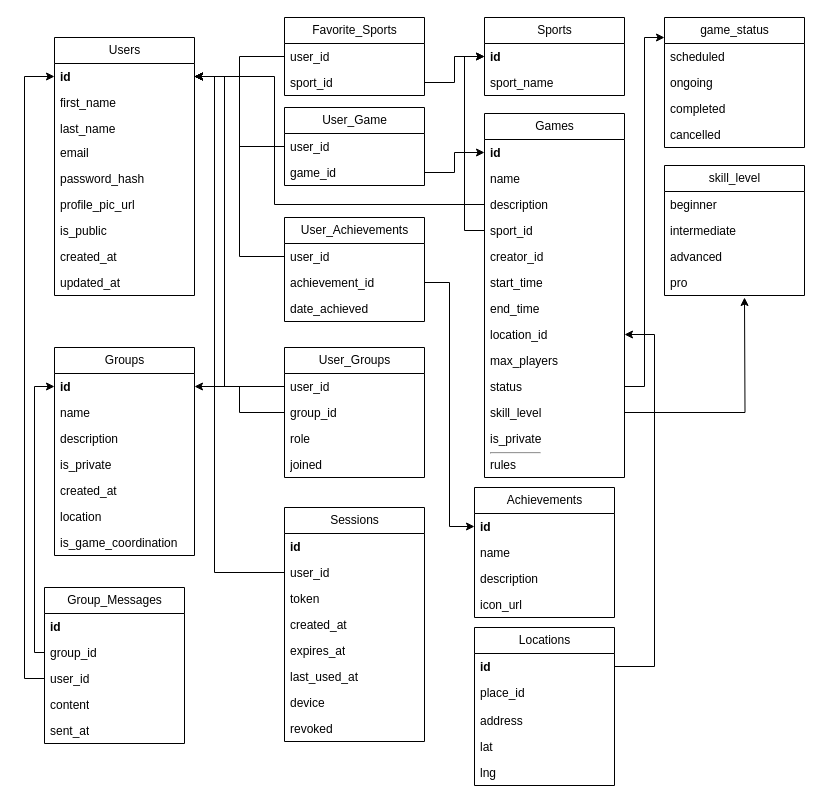
Sroberts03/pickup keeps this draw.io diagram as page "Database" (3 of 5) of diagrams/pickupDB.drawio. Above is the earlier version. Source tidied: cells renumbered, new cells numbered last; positions are measured from the earlier drawing's top-left corner, leaving out a move shared by most shapes. Both pictures are drawn from the tidied source at 100%, with x=0, y=0 at pixel (34, 17).
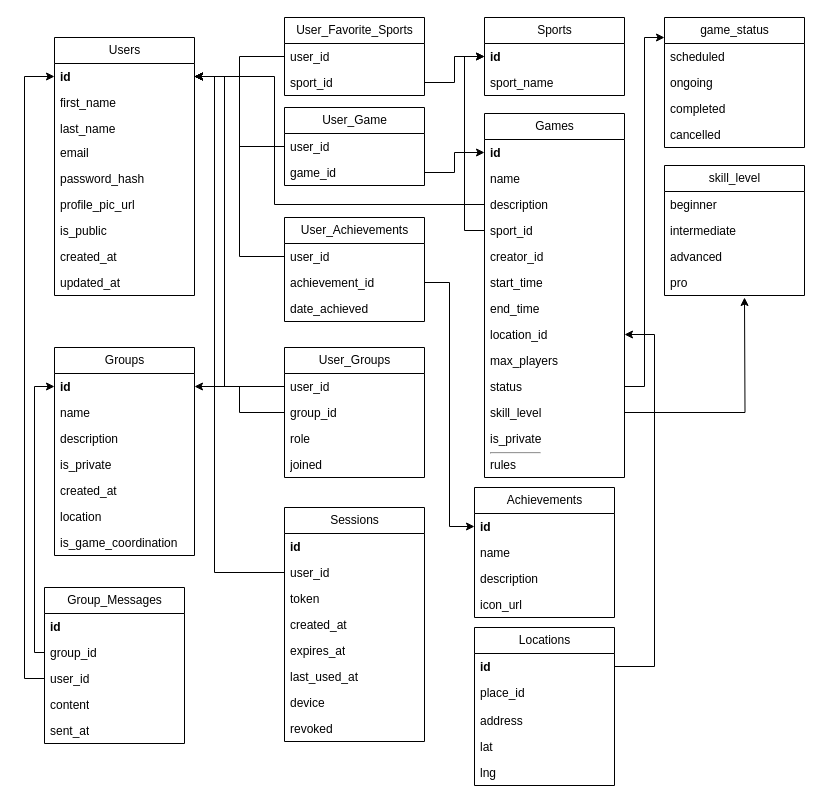
The same page after the edit.

Commit message (it also covers changes not shown here):
feat: Update diagram labels and dimensions for user favorite sports and objects

What changed in the source:
```diff
@@
-    <mxCell id="12" value="Favorite_Sports" style="swimlane;fontStyle=0;horizontal=1;startSize=26;fillColor=none;html=1;" parent="1" vertex="1">
+    <mxCell id="12" value="User_Favorite_Sports" style="swimlane;fontStyle=0;horizontal=1;startSize=26;fillColor=none;html=1;" parent="1" vertex="1">
       <mxGeometry x="250" width="140" height="78" as="geometry" />
     </mxCell>
```
